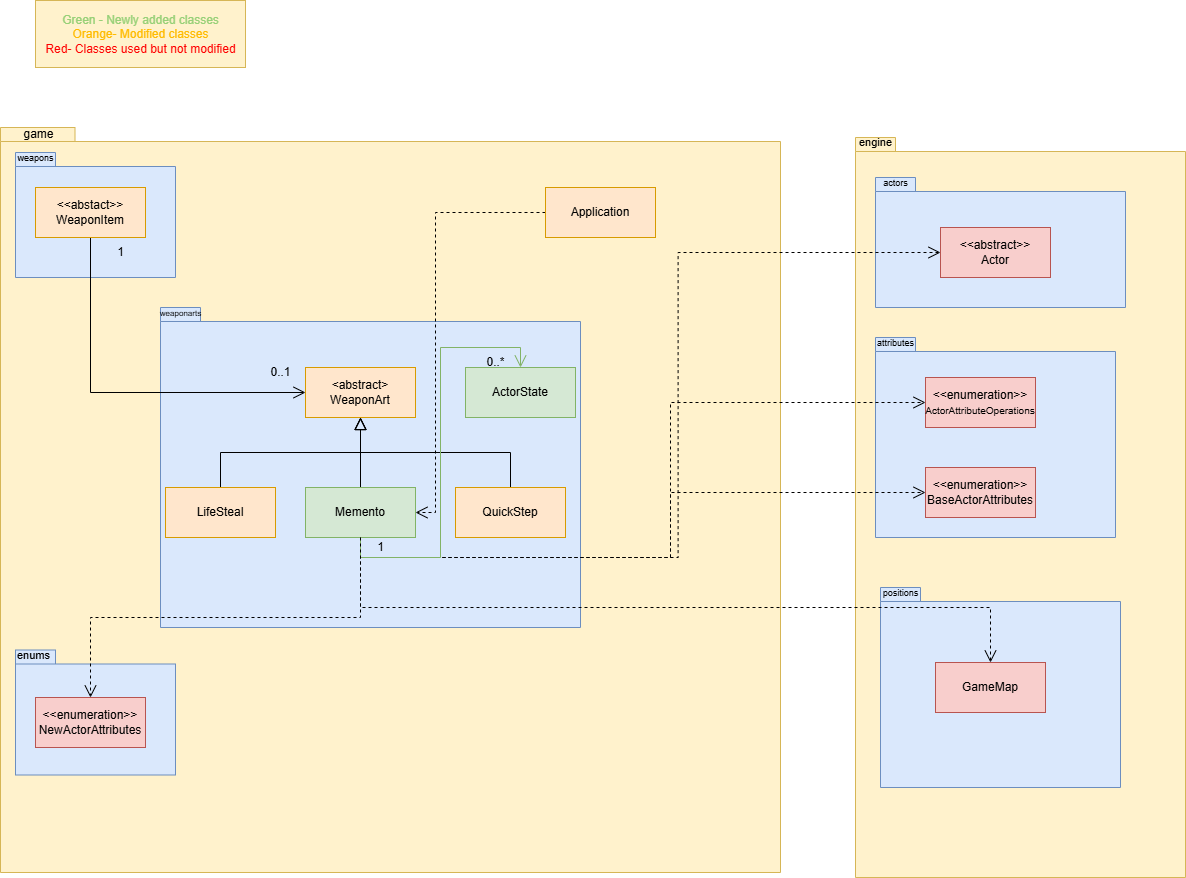
The draw.io diagram docs/design/Assignment3/A3_REQ3_UML.png in Fennessy10/EldenThingJava, before a commit. Source tidied: cells renumbered, new cells last; positions are measured from the earlier drawing's top-left corner, leaving out a move shared by most shapes.
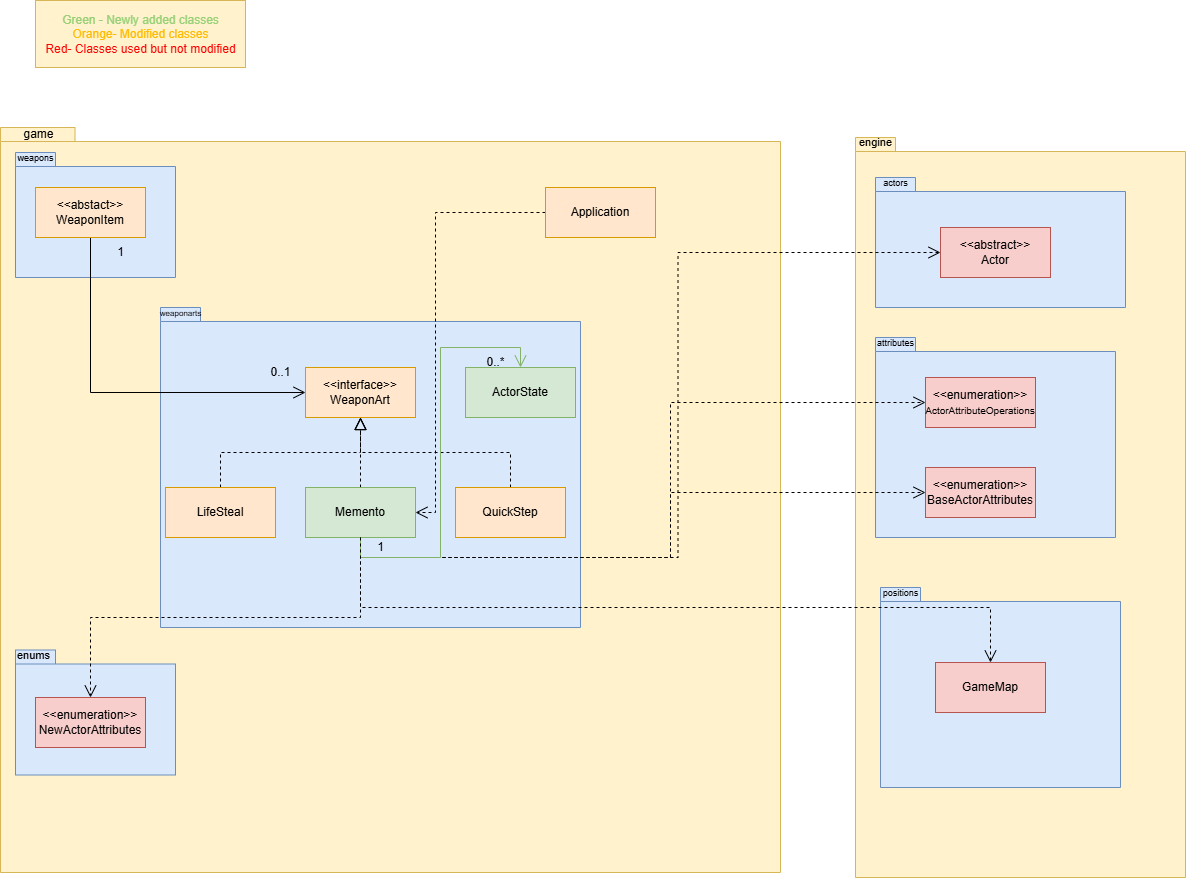
After the commit.

Commit message:
Fixed UML Diagram for REQ 3

- Changed WeaponArt from abstract to interface

- Changed the lines from LifeSteal, Memento and Quickstep classes to show implementation with WeaponArt

Diff of the diagram source:
```diff
@@ -61,19 +61,19 @@
     <mxCell id="19" value="Application" style="html=1;whiteSpace=wrap;fillColor=#ffe6cc;strokeColor=#d79b00;" parent="1" vertex="1">
       <mxGeometry x="545" y="187" width="110" height="50" as="geometry" />
     </mxCell>
-    <mxCell id="20" style="edgeStyle=orthogonalEdgeStyle;rounded=0;jettySize=auto;html=1;exitX=0.5;exitY=0;exitDx=0;exitDy=0;entryX=0.5;entryY=1;entryDx=0;entryDy=0;endSize=10;endArrow=block;endFill=0;" parent="1" edge="1" source="21" target="29">
+    <mxCell id="20" style="edgeStyle=orthogonalEdgeStyle;rounded=0;jettySize=auto;html=1;exitX=0.5;exitY=0;exitDx=0;exitDy=0;entryX=0.5;entryY=1;entryDx=0;entryDy=0;endSize=10;endArrow=block;endFill=0;dashed=1;" parent="1" edge="1" source="21" target="29">
       <mxGeometry relative="1" as="geometry" />
     </mxCell>
     <mxCell id="21" value="QuickStep" style="html=1;whiteSpace=wrap;fillColor=#ffe6cc;strokeColor=#d79b00;" parent="1" vertex="1">
       <mxGeometry x="455" y="487" width="110" height="50" as="geometry" />
     </mxCell>
-    <mxCell id="22" style="edgeStyle=orthogonalEdgeStyle;rounded=0;jettySize=auto;html=1;exitX=0.5;exitY=0;exitDx=0;exitDy=0;entryX=0.5;entryY=1;entryDx=0;entryDy=0;endSize=10;endArrow=block;endFill=0;" parent="1" edge="1" source="23" target="29">
+    <mxCell id="22" style="edgeStyle=orthogonalEdgeStyle;rounded=0;jettySize=auto;html=1;exitX=0.5;exitY=0;exitDx=0;exitDy=0;entryX=0.5;entryY=1;entryDx=0;entryDy=0;endSize=10;endArrow=block;endFill=0;dashed=1;" parent="1" edge="1" source="23" target="29">
       <mxGeometry relative="1" as="geometry" />
     </mxCell>
     <mxCell id="23" value="LifeSteal" style="html=1;whiteSpace=wrap;fillColor=#ffe6cc;strokeColor=#d79b00;" parent="1" vertex="1">
       <mxGeometry x="165" y="487" width="110" height="50" as="geometry" />
     </mxCell>
-    <mxCell id="24" style="edgeStyle=orthogonalEdgeStyle;rounded=0;jettySize=auto;html=1;exitX=0.5;exitY=0;exitDx=0;exitDy=0;endSize=10;endArrow=block;endFill=0;" parent="1" edge="1" source="28" target="29">
+    <mxCell id="24" style="edgeStyle=orthogonalEdgeStyle;rounded=0;jettySize=auto;html=1;exitX=0.5;exitY=0;exitDx=0;exitDy=0;endSize=10;endArrow=block;endFill=0;dashed=1;" parent="1" edge="1" source="28" target="29">
       <mxGeometry relative="1" as="geometry" />
     </mxCell>
     <mxCell id="25" style="edgeStyle=orthogonalEdgeStyle;rounded=0;jettySize=auto;html=1;exitX=0.5;exitY=1;exitDx=0;exitDy=0;entryX=0;entryY=0.5;entryDx=0;entryDy=0;dashed=1;endArrow=open;endFill=0;endSize=10;" parent="1" edge="1" source="28" target="8">
@@ -88,7 +88,7 @@
     <mxCell id="28" value="Memento" style="html=1;whiteSpace=wrap;fillColor=#d5e8d4;strokeColor=#82b366;" parent="1" vertex="1">
       <mxGeometry x="305" y="487" width="110" height="50" as="geometry" />
     </mxCell>
-    <mxCell id="29" value="&lt;div&gt;&amp;lt;abstract&amp;gt;&lt;/div&gt;WeaponArt" style="html=1;whiteSpace=wrap;fillColor=#ffe6cc;strokeColor=#d79b00;" parent="1" vertex="1">
+    <mxCell id="29" value="&lt;div&gt;&amp;lt;&amp;lt;interface&amp;gt;&amp;gt;&lt;/div&gt;WeaponArt" style="html=1;whiteSpace=wrap;fillColor=#ffe6cc;strokeColor=#d79b00;" parent="1" vertex="1">
       <mxGeometry x="305" y="367" width="110" height="50" as="geometry" />
     </mxCell>
     <mxCell id="30" style="shape=folder;fontStyle=1;spacingTop=10;tabWidth=40;tabHeight=14;tabPosition=left;html=1;whiteSpace=wrap;fillColor=#dae8fc;strokeColor=#6c8ebf;" parent="1" vertex="1">
```
